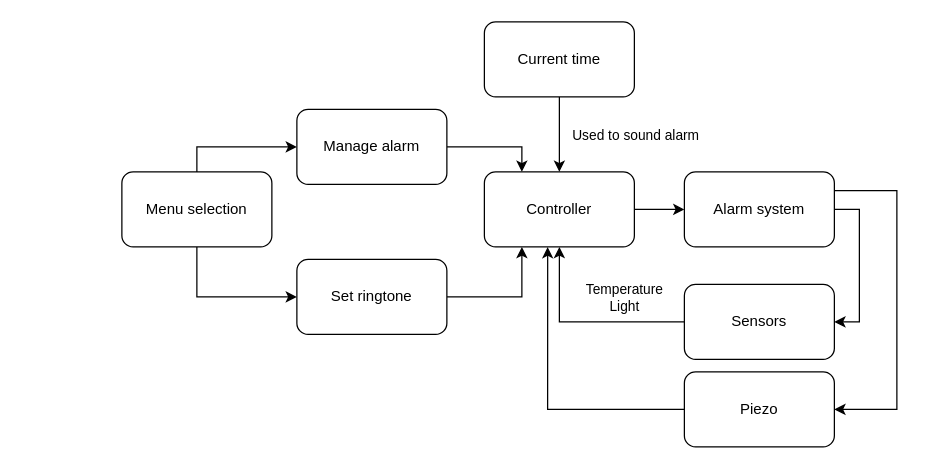
The draw.io diagram page "Block-Diagram" (2 of 2) of Alarm-Flow-Chart.drawio in Squing0/Calculator, before the edit. Source tidied: cells renumbered, new cells numbered last; positions are measured from the earlier drawing's top-left corner, leaving out a move shared by most shapes. Both pictures are drawn from the tidied source at 125%, with x=0, y=0 at pixel (121, 21).
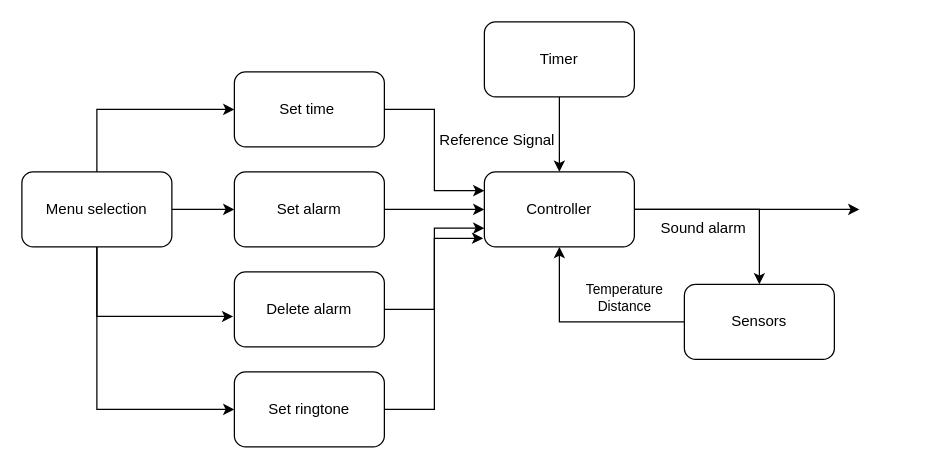
After the change.

Unchanged cells that the change refers to:
```xml
<mxCell id="3" value="Controller" style="rounded=1;whiteSpace=wrap;html=1;" parent="1" vertex="1">
  <mxGeometry x="290" y="120" width="120" height="60" as="geometry" />
</mxCell>
<mxCell id="4" style="edgeStyle=orthogonalEdgeStyle;rounded=0;jettySize=auto;html=1;exitX=0.5;exitY=1;exitDx=0;exitDy=0;entryX=0.5;entryY=0;entryDx=0;entryDy=0;" parent="1" edge="1" source="6" target="3">
  <mxGeometry relative="1" as="geometry" />
</mxCell>
<mxCell id="7" style="edgeStyle=orthogonalEdgeStyle;rounded=0;jettySize=auto;html=1;exitX=0;exitY=0.5;exitDx=0;exitDy=0;entryX=0.5;entryY=1;entryDx=0;entryDy=0;" parent="1" edge="1" source="9" target="3">
  <mxGeometry relative="1" as="geometry" />
</mxCell>
<mxCell id="9" value="Sensors" style="rounded=1;whiteSpace=wrap;html=1;" parent="1" vertex="1">
  <mxGeometry x="450" y="210" width="120" height="60" as="geometry" />
</mxCell>
```

Diff of the diagram source:
```diff
@@
-    <mxCell id="2" style="edgeStyle=orthogonalEdgeStyle;rounded=0;jettySize=auto;html=1;exitX=1;exitY=0.5;exitDx=0;exitDy=0;entryX=0;entryY=0.5;entryDx=0;entryDy=0;" parent="1" edge="1" source="3" target="12">
-      <mxGeometry relative="1" as="geometry" />
-    </mxCell>
+    <mxCell id="22" style="edgeStyle=orthogonalEdgeStyle;rounded=0;jettySize=auto;html=1;exitX=1;exitY=0.5;exitDx=0;exitDy=0;" parent="1" edge="1" source="3" target="9">
+      <mxGeometry relative="1" as="geometry" />
+    </mxCell>
+    <mxCell id="23" style="edgeStyle=orthogonalEdgeStyle;rounded=0;jettySize=auto;html=1;exitX=1;exitY=0.5;exitDx=0;exitDy=0;" parent="1" edge="1" source="3">
+      <mxGeometry relative="1" as="geometry">
+        <mxPoint x="590" y="150" as="targetPoint" />
+      </mxGeometry>
+    </mxCell>
@@
-    <mxCell id="5" value="Used to sound alarm" style="edgeLabel;html=1;align=center;verticalAlign=middle;" parent="4" vertex="1">
-      <mxGeometry x="-0.09" y="2" relative="1" as="geometry">
-        <mxPoint x="58" y="3" as="offset" />
-      </mxGeometry>
-    </mxCell>
-    <mxCell id="6" value="Current time" style="rounded=1;whiteSpace=wrap;html=1;" parent="1" vertex="1">
+    <mxCell id="6" value="Timer" style="rounded=1;whiteSpace=wrap;html=1;" parent="1" vertex="1">
       <mxGeometry x="290" width="120" height="60" as="geometry" />
     </mxCell>
@@
-    <mxCell id="8" value="Temperature&lt;div&gt;Light&lt;/div&gt;" style="edgeLabel;html=1;align=center;verticalAlign=middle;" parent="7" vertex="1">
+    <mxCell id="8" value="Temperature&lt;div&gt;Distance&lt;/div&gt;" style="edgeLabel;html=1;align=center;verticalAlign=middle;" parent="7" vertex="1">
       <mxGeometry x="-0.21" y="3" relative="1" as="geometry">
         <mxPoint x="14" y="-23" as="offset" />
       </mxGeometry>
     </mxCell>
@@
-    <mxCell id="10" style="edgeStyle=orthogonalEdgeStyle;rounded=0;jettySize=auto;html=1;exitX=1;exitY=0.5;exitDx=0;exitDy=0;entryX=1;entryY=0.5;entryDx=0;entryDy=0;" parent="1" edge="1" source="12" target="9">
-      <mxGeometry relative="1" as="geometry" />
-    </mxCell>
-    <mxCell id="11" style="edgeStyle=orthogonalEdgeStyle;rounded=0;jettySize=auto;html=1;exitX=1;exitY=0.25;exitDx=0;exitDy=0;entryX=1;entryY=0.5;entryDx=0;entryDy=0;" parent="1" edge="1" source="12" target="20">
-      <mxGeometry relative="1" as="geometry">
-        <Array as="points">
-          <mxPoint x="620" y="135" />
-          <mxPoint x="620" y="310" />
-        </Array>
-      </mxGeometry>
-    </mxCell>
-    <mxCell id="12" value="Alarm system" style="rounded=1;whiteSpace=wrap;html=1;" parent="1" vertex="1">
-      <mxGeometry x="450" y="120" width="120" height="60" as="geometry" />
-    </mxCell>
@@
-    <mxCell id="14" style="edgeStyle=orthogonalEdgeStyle;rounded=0;jettySize=auto;html=1;exitX=0.5;exitY=1;exitDx=0;exitDy=0;entryX=0;entryY=0.5;entryDx=0;entryDy=0;" parent="1" edge="1" source="15" target="17">
+    <mxCell id="14" style="edgeStyle=orthogonalEdgeStyle;rounded=0;jettySize=auto;html=1;exitX=1;exitY=0.5;exitDx=0;exitDy=0;entryX=0;entryY=0.5;entryDx=0;entryDy=0;" parent="1" edge="1" source="15" target="17">
       <mxGeometry relative="1" as="geometry" />
     </mxCell>
+    <mxCell id="24" style="edgeStyle=orthogonalEdgeStyle;rounded=0;jettySize=auto;html=1;exitX=0.5;exitY=1;exitDx=0;exitDy=0;entryX=0;entryY=0.5;entryDx=0;entryDy=0;" parent="1" edge="1" source="15" target="25">
+      <mxGeometry relative="1" as="geometry" />
+    </mxCell>
     <mxCell id="15" value="Menu selection" style="rounded=1;whiteSpace=wrap;html=1;" parent="1" vertex="1">
-      <mxGeometry y="120" width="120" height="60" as="geometry" />
+      <mxGeometry x="-80" y="120" width="120" height="60" as="geometry" />
     </mxCell>
-    <mxCell id="16" style="edgeStyle=orthogonalEdgeStyle;rounded=0;jettySize=auto;html=1;exitX=1;exitY=0.5;exitDx=0;exitDy=0;entryX=0.25;entryY=1;entryDx=0;entryDy=0;" parent="1" edge="1" source="17" target="3">
-      <mxGeometry relative="1" as="geometry" />
+    <mxCell id="16" style="edgeStyle=orthogonalEdgeStyle;rounded=0;jettySize=auto;html=1;exitX=1;exitY=0.5;exitDx=0;exitDy=0;" parent="1" edge="1" source="17">
+      <mxGeometry relative="1" as="geometry">
+        <mxPoint x="290" y="150" as="targetPoint" />
+      </mxGeometry>
     </mxCell>
-    <mxCell id="17" value="Set ringtone" style="rounded=1;whiteSpace=wrap;html=1;" parent="1" vertex="1">
-      <mxGeometry x="140" y="190" width="120" height="60" as="geometry" />
+    <mxCell id="17" value="Set alarm" style="rounded=1;whiteSpace=wrap;html=1;" parent="1" vertex="1">
+      <mxGeometry x="90" y="120" width="120" height="60" as="geometry" />
     </mxCell>
-    <mxCell id="18" style="edgeStyle=orthogonalEdgeStyle;rounded=0;jettySize=auto;html=1;exitX=1;exitY=0.5;exitDx=0;exitDy=0;entryX=0.25;entryY=0;entryDx=0;entryDy=0;" parent="1" edge="1" source="19" target="3">
+    <mxCell id="18" style="edgeStyle=orthogonalEdgeStyle;rounded=0;jettySize=auto;html=1;exitX=1;exitY=0.5;exitDx=0;exitDy=0;entryX=0;entryY=0.25;entryDx=0;entryDy=0;" parent="1" edge="1" source="19" target="3">
       <mxGeometry relative="1" as="geometry" />
     </mxCell>
-    <mxCell id="19" value="Manage alarm" style="rounded=1;whiteSpace=wrap;html=1;" parent="1" vertex="1">
-      <mxGeometry x="140" y="70" width="120" height="60" as="geometry" />
+    <mxCell id="19" value="Set time&amp;nbsp;" style="rounded=1;whiteSpace=wrap;html=1;" parent="1" vertex="1">
+      <mxGeometry x="90" y="40" width="120" height="60" as="geometry" />
     </mxCell>
-    <mxCell id="20" value="Piezo" style="rounded=1;whiteSpace=wrap;html=1;" parent="1" vertex="1">
-      <mxGeometry x="450" y="280" width="120" height="60" as="geometry" />
-    </mxCell>
-    <mxCell id="21" style="edgeStyle=orthogonalEdgeStyle;rounded=0;jettySize=auto;html=1;exitX=0;exitY=0.5;exitDx=0;exitDy=0;entryX=0.422;entryY=1.003;entryDx=0;entryDy=0;entryPerimeter=0;" parent="1" edge="1" source="20" target="3">
-      <mxGeometry relative="1" as="geometry" />
-    </mxCell>
+    <mxCell id="25" value="Set ringtone" style="rounded=1;whiteSpace=wrap;html=1;" parent="1" vertex="1">
+      <mxGeometry x="90" y="280" width="120" height="60" as="geometry" />
+    </mxCell>
+    <mxCell id="26" style="edgeStyle=orthogonalEdgeStyle;rounded=0;jettySize=auto;html=1;exitX=1;exitY=0.5;exitDx=0;exitDy=0;entryX=0;entryY=0.75;entryDx=0;entryDy=0;" parent="1" edge="1" source="27" target="3">
+      <mxGeometry relative="1" as="geometry" />
+    </mxCell>
+    <mxCell id="27" value="Delete alarm" style="rounded=1;whiteSpace=wrap;html=1;" parent="1" vertex="1">
+      <mxGeometry x="90" y="200" width="120" height="60" as="geometry" />
+    </mxCell>
+    <mxCell id="28" style="edgeStyle=orthogonalEdgeStyle;rounded=0;jettySize=auto;html=1;exitX=0.5;exitY=1;exitDx=0;exitDy=0;entryX=-0.008;entryY=0.594;entryDx=0;entryDy=0;entryPerimeter=0;" parent="1" edge="1" source="15" target="27">
+      <mxGeometry relative="1" as="geometry" />
+    </mxCell>
+    <mxCell id="29" style="edgeStyle=orthogonalEdgeStyle;rounded=0;jettySize=auto;html=1;exitX=1;exitY=0.5;exitDx=0;exitDy=0;entryX=-0.008;entryY=0.886;entryDx=0;entryDy=0;entryPerimeter=0;" parent="1" edge="1" source="25" target="3">
+      <mxGeometry relative="1" as="geometry" />
+    </mxCell>
+    <mxCell id="30" value="Reference Signal" style="text;html=1;align=center;verticalAlign=middle;strokeColor=none;fillColor=none;" parent="1" vertex="1">
+      <mxGeometry x="240" y="80" width="120" height="30" as="geometry" />
+    </mxCell>
+    <mxCell id="31" value="Sound alarm" style="text;html=1;align=center;verticalAlign=middle;strokeColor=none;fillColor=none;" parent="1" vertex="1">
+      <mxGeometry x="420" y="150" width="90" height="30" as="geometry" />
+    </mxCell>
```
